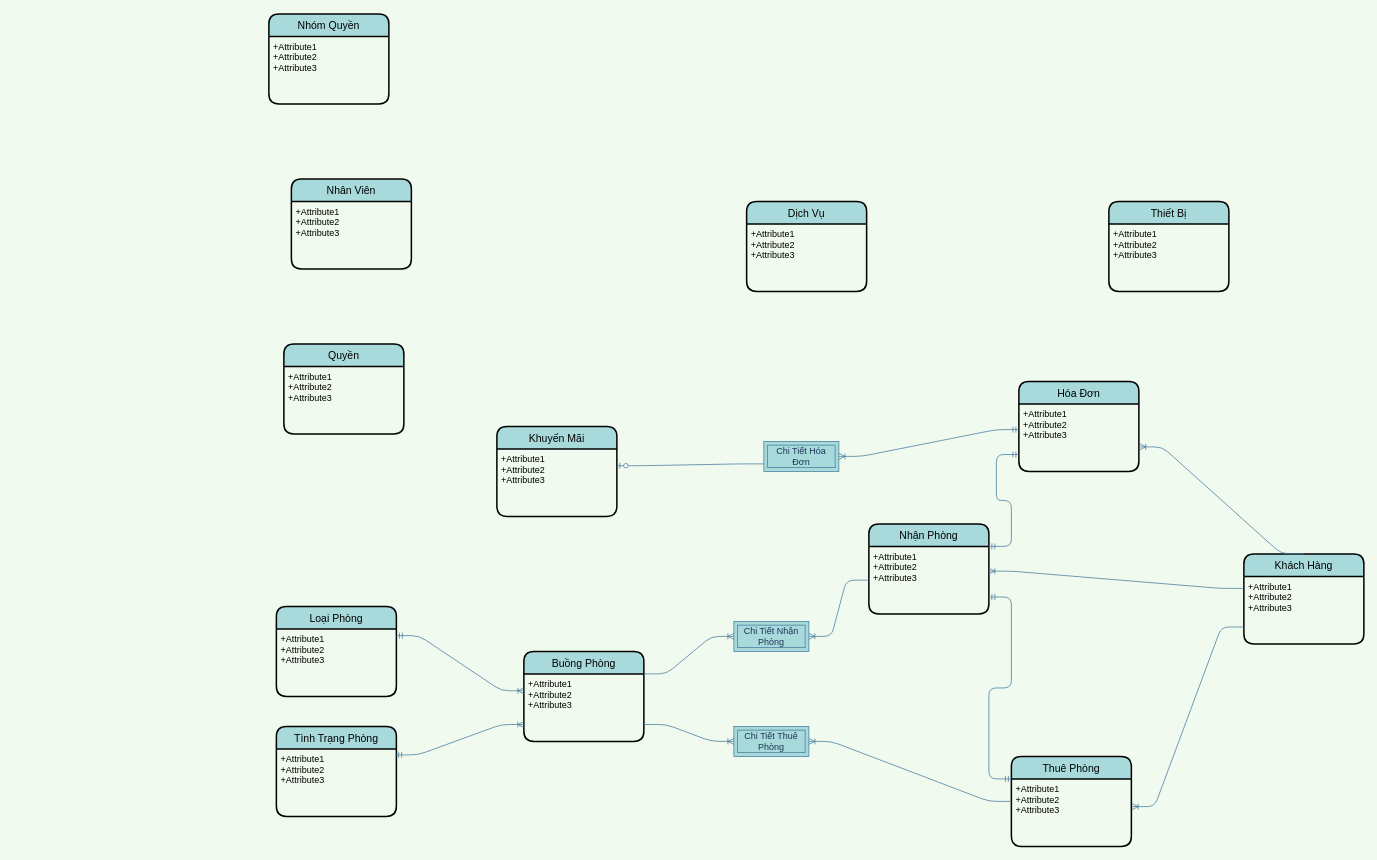
This is Untitled Diagram.drawio from maialino123/QLKS, a draw.io file, before an edit. Source tidied: cells renumbered, new cells numbered last; positions are measured from the earlier drawing's top-left corner, leaving out a move shared by most shapes. Both pictures are drawn from the tidied source at 75%, with x=0, y=0 at pixel (268, 14).
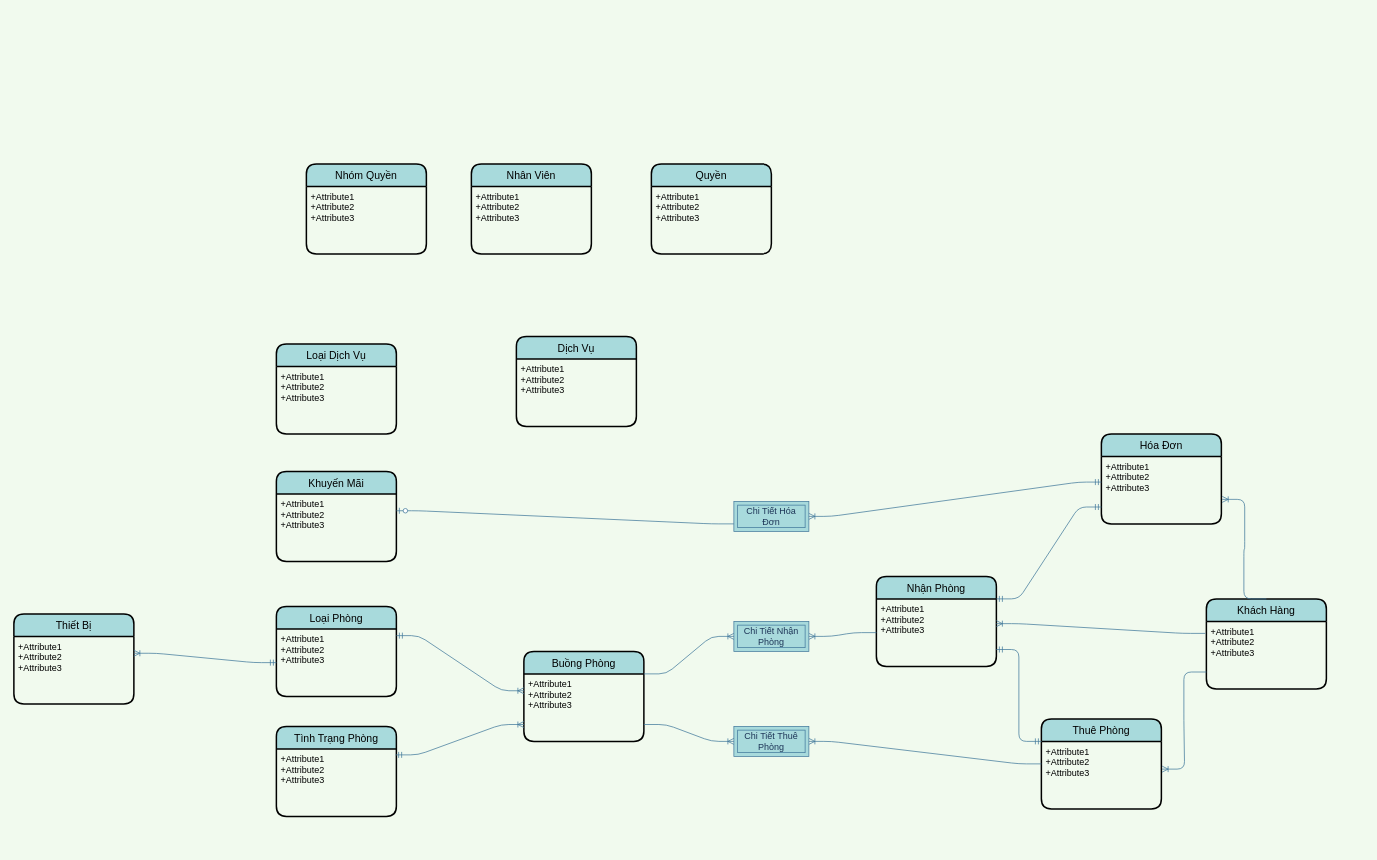
After the change.

Unchanged cells that the change refers to:
```xml
<mxCell id="9" value="+Attribute1&#10;+Attribute2&#10;+Attribute3" style="align=left;strokeColor=none;fillColor=none;spacingLeft=4;fontSize=12;verticalAlign=top;" parent="8" vertex="1">
  <mxGeometry y="30" width="160" height="90" as="geometry" />
</mxCell>
<mxCell id="19" value="+Attribute1&#10;+Attribute2&#10;+Attribute3" style="align=left;strokeColor=none;fillColor=none;spacingLeft=4;fontSize=12;verticalAlign=top;" parent="18" vertex="1">
  <mxGeometry y="30" width="160" height="90" as="geometry" />
</mxCell>
```

The edit, as a diff of the source:
```diff
@@
     <mxCell id="2" value="Khách Hàng" style="swimlane;horizontal=1;startSize=30;rounded=1;fontSize=14;fontStyle=0;strokeWidth=2;shadow=0;dashed=0;align=center;fillColor=#A8DADC;" parent="1" vertex="1">
-      <mxGeometry x="1300" y="720" width="160" height="120" as="geometry" />
+      <mxGeometry x="1250" y="780" width="160" height="120" as="geometry" />
     </mxCell>
@@
     <mxCell id="6" value="Nhân Viên" style="swimlane;horizontal=1;startSize=30;rounded=1;fontSize=14;fontStyle=0;strokeWidth=2;shadow=0;dashed=0;align=center;fillColor=#A8DADC;" parent="1" vertex="1">
-      <mxGeometry x="30" y="220" width="160" height="120" as="geometry" />
+      <mxGeometry x="270" y="200" width="160" height="120" as="geometry" />
     </mxCell>
@@
     <mxCell id="10" value="Hóa Đơn" style="swimlane;horizontal=1;startSize=30;rounded=1;fontSize=14;fontStyle=0;strokeWidth=2;shadow=0;dashed=0;align=center;fillColor=#A8DADC;" parent="1" vertex="1">
-      <mxGeometry x="1000" y="490" width="160" height="120" as="geometry" />
+      <mxGeometry x="1110" y="560" width="160" height="120" as="geometry" />
     </mxCell>
@@
     <mxCell id="12" value="Nhóm Quyền" style="swimlane;horizontal=1;startSize=30;rounded=1;fontSize=14;fontStyle=0;strokeWidth=2;shadow=0;dashed=0;align=center;fillColor=#A8DADC;" parent="1" vertex="1">
-      <mxGeometry width="160" height="120" as="geometry" />
+      <mxGeometry x="50" y="200" width="160" height="120" as="geometry" />
     </mxCell>
@@
-    <mxCell id="14" value="Quyền" style="swimlane;horizontal=1;startSize=30;rounded=1;fontSize=14;fontStyle=0;strokeWidth=2;shadow=0;dashed=0;align=center;fillColor=#A8DADC;" parent="1" vertex="1">
-      <mxGeometry x="20" y="440" width="160" height="120" as="geometry" />
+    <mxCell id="14" value="Quyền" style="swimlane;horizontal=1;startSize=30;rounded=1;fontSize=14;fontStyle=0;strokeWidth=2;shadow=0;dashed=0;align=center;fillColor=#A8DADC;arcSize=15;" parent="1" vertex="1">
+      <mxGeometry x="510" y="200" width="160" height="120" as="geometry" />
     </mxCell>
@@
     <mxCell id="16" value="Nhận Phòng" style="swimlane;horizontal=1;startSize=30;rounded=1;fontSize=14;fontStyle=0;strokeWidth=2;shadow=0;dashed=0;align=center;fillColor=#A8DADC;" parent="1" vertex="1">
-      <mxGeometry x="800" y="680" width="160" height="120" as="geometry" />
+      <mxGeometry x="810" y="750" width="160" height="120" as="geometry" />
     </mxCell>
@@
     <mxCell id="18" value="Thiết Bị" style="swimlane;horizontal=1;startSize=30;rounded=1;fontSize=14;fontStyle=0;strokeWidth=2;shadow=0;dashed=0;align=center;fillColor=#A8DADC;" parent="1" vertex="1">
-      <mxGeometry x="1120" y="250" width="160" height="120" as="geometry" />
+      <mxGeometry x="-340" y="800" width="160" height="120" as="geometry" />
     </mxCell>
@@
     <mxCell id="20" value="Dịch Vụ" style="swimlane;horizontal=1;startSize=30;rounded=1;fontSize=14;fontStyle=0;strokeWidth=2;shadow=0;dashed=0;align=center;fillColor=#A8DADC;" parent="1" vertex="1">
-      <mxGeometry x="637" y="250" width="160" height="120" as="geometry" />
+      <mxGeometry x="330" y="430" width="160" height="120" as="geometry" />
     </mxCell>
@@
     <mxCell id="29" value="Thuê Phòng" style="swimlane;horizontal=1;startSize=30;rounded=1;fontSize=14;fontStyle=0;strokeWidth=2;shadow=0;dashed=0;align=center;fillColor=#A8DADC;" parent="1" vertex="1">
-      <mxGeometry x="990" y="990" width="160" height="120" as="geometry" />
+      <mxGeometry x="1030" y="940" width="160" height="120" as="geometry" />
     </mxCell>
@@
     <mxCell id="39" value="Chi Tiết Hóa Đơn" style="shape=ext;margin=3;double=1;whiteSpace=wrap;html=1;align=center;strokeColor=#457B9D;fillColor=#A8DADC;fontColor=#1D3557;" parent="1" vertex="1">
-      <mxGeometry x="660" y="570" width="100" height="40" as="geometry" />
+      <mxGeometry x="620" y="650" width="100" height="40" as="geometry" />
     </mxCell>
@@
     <mxCell id="41" value="Khuyến Mãi" style="swimlane;horizontal=1;startSize=30;rounded=1;fontSize=14;fontStyle=0;strokeWidth=2;shadow=0;dashed=0;align=center;fillColor=#A8DADC;" parent="1" vertex="1">
-      <mxGeometry x="304" y="550" width="160" height="120" as="geometry" />
+      <mxGeometry x="10" y="610" width="160" height="120" as="geometry" />
     </mxCell>
@@
+    <mxCell id="44" value="Loại Dịch Vụ" style="swimlane;horizontal=1;startSize=30;rounded=1;fontSize=14;fontStyle=0;strokeWidth=2;shadow=0;dashed=0;align=center;fillColor=#A8DADC;" parent="1" vertex="1">
+      <mxGeometry x="10" y="440" width="160" height="120" as="geometry" />
+    </mxCell>
+    <mxCell id="45" value="+Attribute1&#10;+Attribute2&#10;+Attribute3" style="align=left;strokeColor=none;fillColor=none;spacingLeft=4;fontSize=12;verticalAlign=top;" parent="44" vertex="1">
+      <mxGeometry y="30" width="160" height="90" as="geometry" />
+    </mxCell>
+    <mxCell id="46" style="edgeStyle=entityRelationEdgeStyle;fontSize=12;html=1;endArrow=ERoneToMany;startArrow=ERmandOne;strokeColor=#457B9D;fillColor=#A8DADC;entryX=1;entryY=0.25;entryDx=0;entryDy=0;exitX=0;exitY=0.5;exitDx=0;exitDy=0;" parent="1" edge="1" source="9" target="19">
+      <mxGeometry relative="1" as="geometry" />
+    </mxCell>
```
